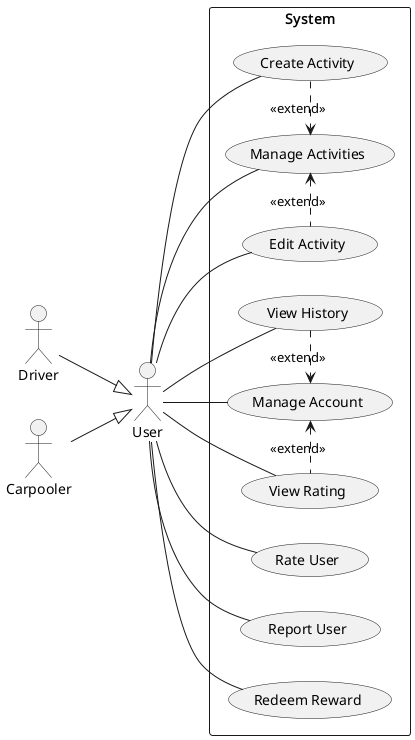
Earlier version of the PlantUML export images/uml/use-cases.png (YannisRavasopoulos/ProjectSD_S6).
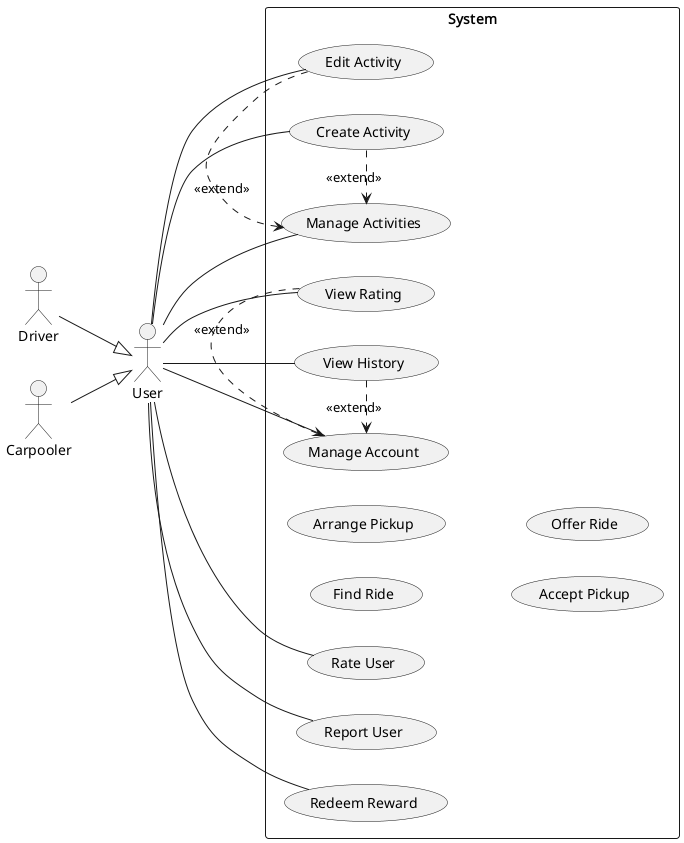
Above is the later version.

Diff of the diagram source:
```diff
@@ -21,6 +21,11 @@
     usecase "Rate User"
     usecase "Report User"
     usecase "Redeem Reward"
+
+    usecase "Find Ride"
+    usecase "Arrange Pickup"
+    usecase "Accept Pickup"
+    usecase "Offer Ride"
 }
 
 "User" -- "Manage Activities"
```
